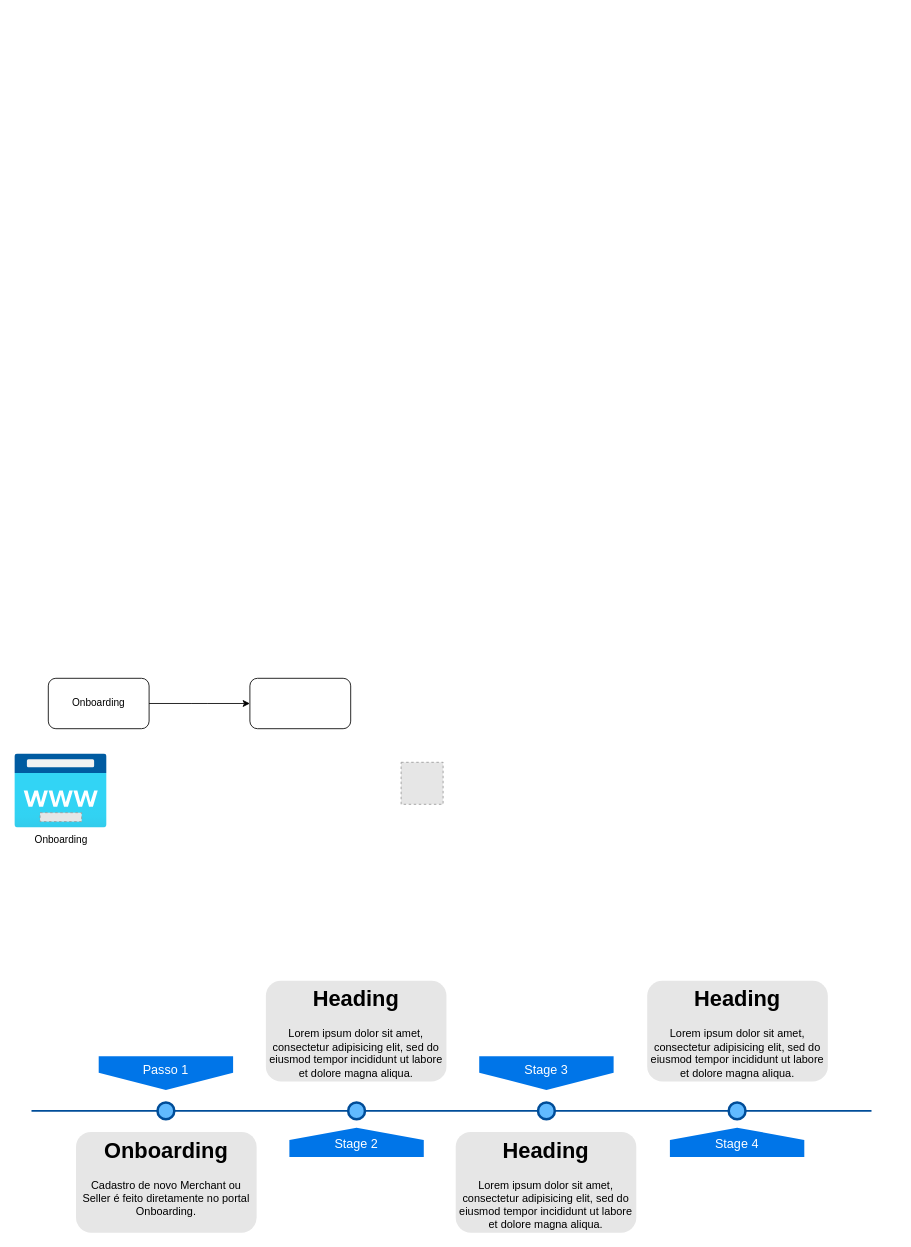
The draw.io diagram Untitled Diagram.drawio in VRadich/Python_CSS, before the edit. Source tidied: cells renumbered, new cells numbered last; positions are measured from the earlier drawing's top-left corner, leaving out a move shared by most shapes. Both pictures are drawn from the tidied source at 84%, with x=0, y=0 at pixel (14, 678). Pictures stored in the file or linked from it are replaced by grey dashed boxes.
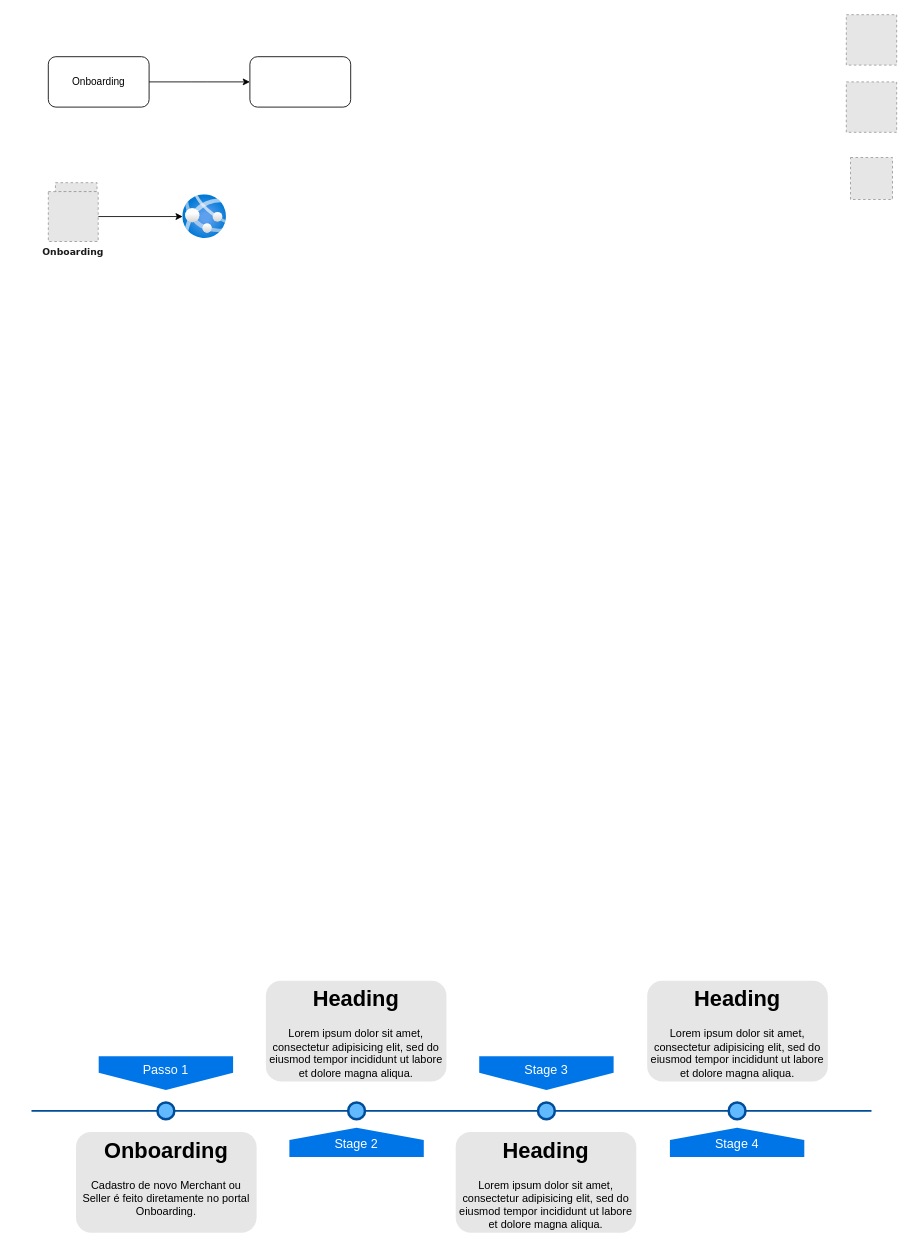
The same diagram, later.

The edit, as a diff of the source:
```diff
@@
     <mxCell id="15" value="Onboarding" style="rounded=1;whiteSpace=wrap;html=1;" parent="1" vertex="1">
-      <mxGeometry x="40" width="120" height="60" as="geometry" />
+      <mxGeometry x="40" y="-740" width="120" height="60" as="geometry" />
     </mxCell>
     <mxCell id="16" style="rounded=1;whiteSpace=wrap;html=1;" parent="1" vertex="1">
-      <mxGeometry x="280" width="120" height="60" as="geometry" />
+      <mxGeometry x="280" y="-740" width="120" height="60" as="geometry" />
     </mxCell>
     <mxCell id="17" style="edgeStyle=elbowEdgeStyle;elbow=horizontal;endArrow=classic;html=1;exitX=1;exitY=0.5;exitDx=0;exitDy=0;" parent="1" edge="1" source="15">
       <mxGeometry relative="1" as="geometry">
-        <mxPoint x="280" y="30" as="targetPoint" />
+        <mxPoint x="280" y="-710" as="targetPoint" />
       </mxGeometry>
     </mxCell>
+    <mxCell id="19" style="fillColor=#E6E6E6;strokeColor=#999999;dashed=1;verticalLabelPosition=bottom;verticalAlign=top;" parent="1" vertex="1">
+      <mxGeometry x="48.5" y="-590" width="49.5" height="10.6" as="geometry" />
+    </mxCell>
+    <mxCell id="21" style="edgeStyle=orthogonalEdgeStyle;rounded=0;jettySize=auto;html=1;exitX=1;exitY=0.5;exitDx=0;exitDy=0;fontFamily=Verdana;fontSize=11;fontColor=#FF0000;" parent="1" edge="1" source="18" target="25">
+      <mxGeometry relative="1" as="geometry" />
+    </mxCell>
-    <mxCell id="18" value="Onboarding" style="html=1;points=[];align=center;image;fontSize=12;image=img/lib/azure2/app_services/App_Service_Domains.svg;" parent="1" vertex="1">
-      <mxGeometry y="90" width="110" height="88" as="geometry" />
+    <mxCell id="18" value="Onboarding" style="fillColor=#E6E6E6;strokeColor=#999999;dashed=1;verticalLabelPosition=bottom;verticalAlign=top;fontFamily=Verdana;fontStyle=1;fontSize=11;fontColor=#1A1A1A;" parent="1" vertex="1">
+      <mxGeometry x="40" y="-579.4" width="59.4" height="59.4" as="geometry" />
     </mxCell>
-    <mxCell id="19" style="fillColor=#E6E6E6;strokeColor=#999999;dashed=1;verticalLabelPosition=bottom;verticalAlign=top;" parent="1" vertex="1">
-      <mxGeometry x="30.2" y="160" width="49.5" height="10.6" as="geometry" />
-    </mxCell>
-    <mxCell id="20" style="fillColor=#E6E6E6;strokeColor=#999999;dashed=1;verticalLabelPosition=bottom;verticalAlign=top;" parent="1" vertex="1">
-      <mxGeometry x="460" y="100" width="50" height="50" as="geometry" />
-    </mxCell>
+    <mxCell id="22" style="fillColor=#E6E6E6;strokeColor=#999999;dashed=1;verticalLabelPosition=bottom;verticalAlign=top;" parent="1" vertex="1">
+      <mxGeometry x="990" y="-790" width="60" height="60" as="geometry" />
+    </mxCell>
+    <mxCell id="23" style="fillColor=#E6E6E6;strokeColor=#999999;dashed=1;verticalLabelPosition=bottom;verticalAlign=top;" parent="1" vertex="1">
+      <mxGeometry x="990" y="-710" width="60" height="60" as="geometry" />
+    </mxCell>
+    <mxCell id="24" style="fillColor=#E6E6E6;strokeColor=#999999;dashed=1;verticalLabelPosition=bottom;verticalAlign=top;" parent="1" vertex="1">
+      <mxGeometry x="995" y="-620" width="50" height="50" as="geometry" />
+    </mxCell>
+    <mxCell id="25" style="html=1;points=[];align=center;image;fontSize=12;image=img/lib/azure2/app_services/App_Services.svg;" parent="1" vertex="1">
+      <mxGeometry x="200" y="-575.7" width="52" height="52" as="geometry" />
+    </mxCell>
```
